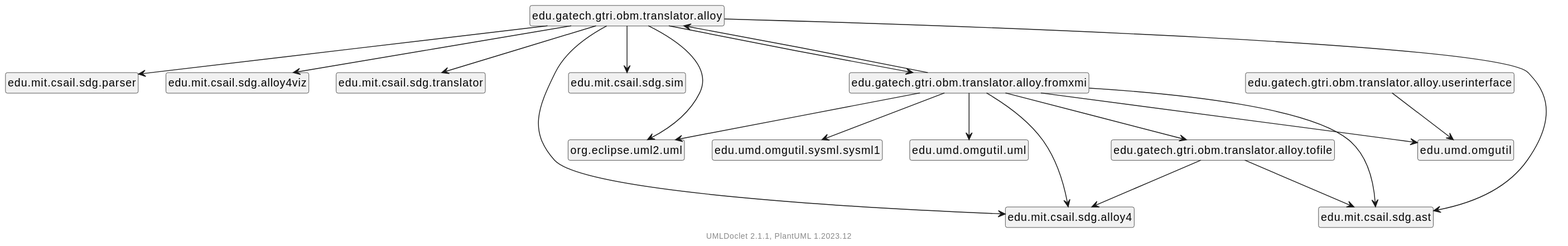
The PlantUML diagram package-dependencies.svg in ontological-behavior-modeling/tester, before a commit.
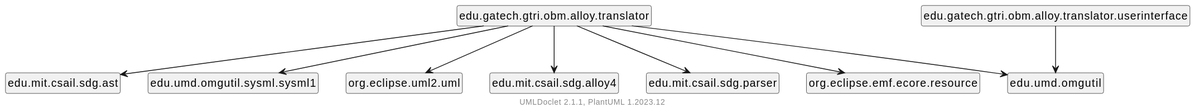
After the change.

Change to the diagram source:
```diff
@@ -5,33 +5,18 @@
     hide empty fields
     hide empty methods
 
-    edu.gatech.gtri.obm.translator.alloy --> edu.mit.csail.sdg.ast
-    edu.gatech.gtri.obm.translator.alloy --> edu.mit.csail.sdg.parser
-    edu.gatech.gtri.obm.translator.alloy --> edu.mit.csail.sdg.alloy4viz
-    edu.gatech.gtri.obm.translator.alloy --> edu.mit.csail.sdg.translator
-    edu.gatech.gtri.obm.translator.alloy --> edu.mit.csail.sdg.alloy4
-    edu.gatech.gtri.obm.translator.alloy --> edu.mit.csail.sdg.sim
-    edu.gatech.gtri.obm.translator.alloy --> edu.gatech.gtri.obm.translator.alloy.fromxmi
-    edu.gatech.gtri.obm.translator.alloy --> org.eclipse.uml2.uml
-    edu.gatech.gtri.obm.translator.alloy.tofile --> edu.mit.csail.sdg.ast
-    edu.gatech.gtri.obm.translator.alloy.tofile --> edu.mit.csail.sdg.alloy4
-    edu.gatech.gtri.obm.translator.alloy.userinterface --> edu.umd.omgutil
-    edu.gatech.gtri.obm.translator.alloy.fromxmi --> edu.gatech.gtri.obm.translator.alloy.tofile
-    edu.gatech.gtri.obm.translator.alloy.fromxmi --> edu.gatech.gtri.obm.translator.alloy
-    edu.gatech.gtri.obm.translator.alloy.fromxmi --> edu.mit.csail.sdg.ast
-    edu.gatech.gtri.obm.translator.alloy.fromxmi --> edu.umd.omgutil.sysml.sysml1
-    edu.gatech.gtri.obm.translator.alloy.fromxmi --> edu.umd.omgutil
-    edu.gatech.gtri.obm.translator.alloy.fromxmi --> org.eclipse.uml2.uml
-    edu.gatech.gtri.obm.translator.alloy.fromxmi --> edu.umd.omgutil.uml
-    edu.gatech.gtri.obm.translator.alloy.fromxmi --> edu.mit.csail.sdg.alloy4
+    edu.gatech.gtri.obm.alloy.translator --> edu.mit.csail.sdg.ast
+    edu.gatech.gtri.obm.alloy.translator --> edu.umd.omgutil.sysml.sysml1
+    edu.gatech.gtri.obm.alloy.translator --> org.eclipse.uml2.uml
+    edu.gatech.gtri.obm.alloy.translator --> edu.mit.csail.sdg.alloy4
+    edu.gatech.gtri.obm.alloy.translator --> edu.mit.csail.sdg.parser
+    edu.gatech.gtri.obm.alloy.translator --> org.eclipse.emf.ecore.resource
+    edu.gatech.gtri.obm.alloy.translator --> edu.umd.omgutil
+    edu.gatech.gtri.obm.alloy.translator.userinterface --> edu.umd.omgutil
 
-    class "edu.gatech.gtri.obm.translator.alloy" [[edu/gatech/gtri/obm/translator/alloy/package-summary.html]] {
+    class "edu.gatech.gtri.obm.alloy.translator" [[edu/gatech/gtri/obm/alloy/translator/package-summary.html]] {
     }
-    class "edu.gatech.gtri.obm.translator.alloy.fromxmi" [[edu/gatech/gtri/obm/translator/alloy/fromxmi/package-summary.html]] {
-    }
-    class "edu.gatech.gtri.obm.translator.alloy.tofile" [[edu/gatech/gtri/obm/translator/alloy/tofile/package-summary.html]] {
-    }
-    class "edu.gatech.gtri.obm.translator.alloy.userinterface" [[edu/gatech/gtri/obm/translator/alloy/userinterface/package-summary.html]] {
+    class "edu.gatech.gtri.obm.alloy.translator.userinterface" [[edu/gatech/gtri/obm/alloy/translator/userinterface/package-summary.html]] {
     }
     center footer UMLDoclet 2.1.1, PlantUML %version()
 @enduml
```
